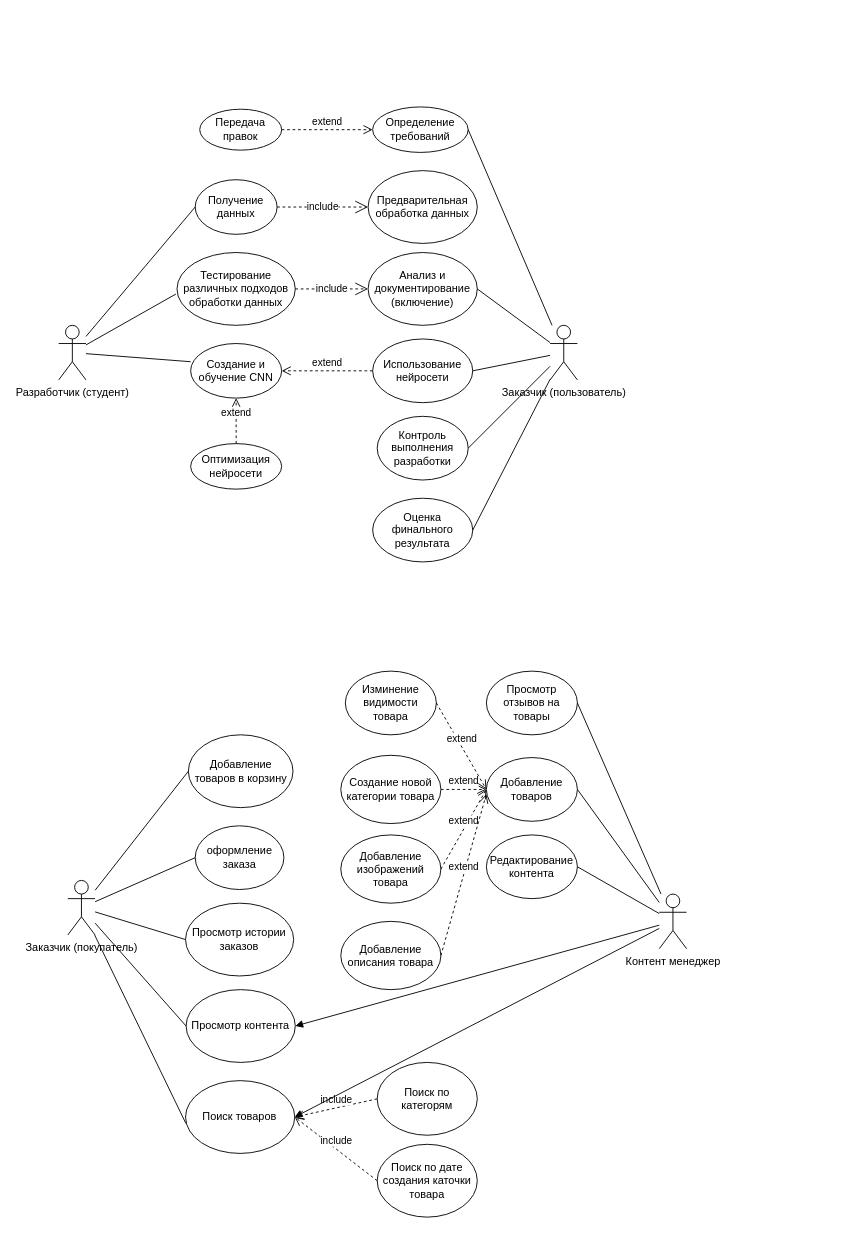
Earlier version of the draw.io diagram Untitled Diagram.drawio (GeekNekoS/Draw_io). Source tidied: cells renumbered, new cells numbered last; positions are measured from the earlier drawing's top-left corner, leaving out a move shared by most shapes. Both pictures are drawn from the tidied source at 91%, with x=0, y=0 at pixel (58, 106).
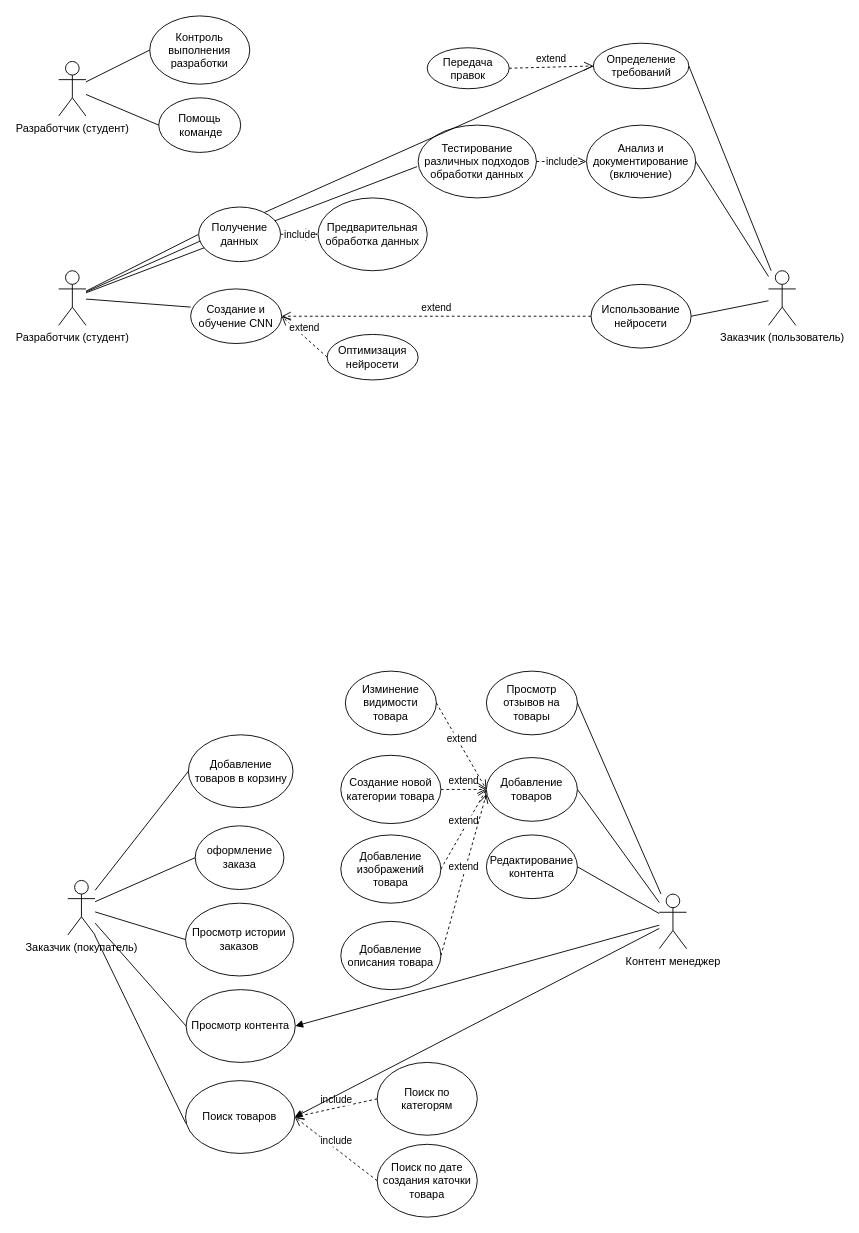
The same page after the edit.

The edit, as a diff of the source:
```diff
@@
     <mxCell id="2" value="&lt;div&gt;Разработчик (студент)&lt;br&gt;&lt;/div&gt;&lt;div&gt;&lt;br&gt;&lt;/div&gt;" style="shape=umlActor;verticalLabelPosition=bottom;verticalAlign=top;html=1;outlineConnect=0;" parent="1" vertex="1">
-      <mxGeometry y="240" width="30" height="60" as="geometry" />
+      <mxGeometry y="180" width="30" height="60" as="geometry" />
     </mxCell>
-    <mxCell id="3" value="&lt;div&gt;Получение данных &lt;br&gt;&lt;/div&gt;" style="ellipse;whiteSpace=wrap;html=1;" parent="1" vertex="1">
-      <mxGeometry x="150" y="80" width="90" height="60" as="geometry" />
-    </mxCell>
     <mxCell id="4" value="&lt;div&gt;Предварительная обработка данных &lt;br&gt;&lt;/div&gt;" style="ellipse;whiteSpace=wrap;html=1;" parent="1" vertex="1">
-      <mxGeometry x="340" y="70" width="120" height="80" as="geometry" />
+      <mxGeometry x="285" y="100" width="120" height="80" as="geometry" />
     </mxCell>
     <mxCell id="5" value="&lt;div&gt;Создание и обучение CNN &lt;br&gt;&lt;/div&gt;" style="ellipse;whiteSpace=wrap;html=1;" parent="1" vertex="1">
-      <mxGeometry x="145" y="260" width="100" height="60" as="geometry" />
+      <mxGeometry x="145" y="200" width="100" height="60" as="geometry" />
     </mxCell>
     <mxCell id="6" value="Оптимизация нейросети" style="ellipse;whiteSpace=wrap;html=1;" parent="1" vertex="1">
-      <mxGeometry x="145" y="370" width="100" height="50" as="geometry" />
+      <mxGeometry x="295" y="250" width="100" height="50" as="geometry" />
     </mxCell>
     <mxCell id="7" value="Тестирование различных подходов обработки данных " style="ellipse;whiteSpace=wrap;html=1;" parent="1" vertex="1">
-      <mxGeometry x="130" y="160" width="130" height="80" as="geometry" />
+      <mxGeometry x="395" y="20" width="130" height="80" as="geometry" />
     </mxCell>
     <mxCell id="8" value="Анализ и документирование (включение)" style="ellipse;whiteSpace=wrap;html=1;" parent="1" vertex="1">
-      <mxGeometry x="340" y="160" width="120" height="80" as="geometry" />
+      <mxGeometry x="580" y="20" width="120" height="80" as="geometry" />
     </mxCell>
     <mxCell id="9" value="&lt;div&gt;Заказчик (пользователь)&lt;/div&gt;" style="shape=umlActor;verticalLabelPosition=bottom;verticalAlign=top;html=1;outlineConnect=0;" parent="1" vertex="1">
-      <mxGeometry x="540" y="240" width="30" height="60" as="geometry" />
+      <mxGeometry x="780" y="180" width="30" height="60" as="geometry" />
     </mxCell>
     <mxCell id="10" value="Определение требований" style="ellipse;whiteSpace=wrap;html=1;" parent="1" vertex="1">
-      <mxGeometry x="345" width="105" height="50" as="geometry" />
+      <mxGeometry x="587.5" y="-70" width="105" height="50" as="geometry" />
     </mxCell>
     <mxCell id="11" value="Передача правок " style="ellipse;whiteSpace=wrap;html=1;" parent="1" vertex="1">
-      <mxGeometry x="155" y="2.5" width="90" height="45" as="geometry" />
+      <mxGeometry x="405" y="-65" width="90" height="45" as="geometry" />
     </mxCell>
-    <mxCell id="12" value="Контроль выполнения разработки" style="ellipse;whiteSpace=wrap;html=1;" parent="1" vertex="1">
-      <mxGeometry x="350" y="340" width="100" height="70" as="geometry" />
-    </mxCell>
-    <mxCell id="13" value="Оценка финального результата" style="ellipse;whiteSpace=wrap;html=1;" parent="1" vertex="1">
-      <mxGeometry x="345" y="430" width="110" height="70" as="geometry" />
-    </mxCell>
     <mxCell id="14" value="Использование нейросети" style="ellipse;whiteSpace=wrap;html=1;" parent="1" vertex="1">
-      <mxGeometry x="345" y="255" width="110" height="70" as="geometry" />
+      <mxGeometry x="585" y="195" width="110" height="70" as="geometry" />
     </mxCell>
@@
-    <mxCell id="19" value="extend" style="html=1;verticalAlign=bottom;endArrow=open;dashed=1;endSize=8;curved=0;rounded=0;entryX=0.5;entryY=1;entryDx=0;entryDy=0;exitX=0.5;exitY=0;exitDx=0;exitDy=0;" parent="1" edge="1" source="6" target="5">
+    <mxCell id="19" value="extend" style="html=1;verticalAlign=bottom;endArrow=open;dashed=1;endSize=8;curved=0;rounded=0;exitX=0;exitY=0.5;exitDx=0;exitDy=0;entryX=1;entryY=0.5;entryDx=0;entryDy=0;" parent="1" edge="1" source="6" target="5">
       <mxGeometry relative="1" as="geometry" />
     </mxCell>
@@
-    <mxCell id="22" style="endArrow=none;html=1;rounded=0;exitX=1;exitY=0.5;exitDx=0;exitDy=0;" parent="1" edge="1" source="12" target="9">
-      <mxGeometry relative="1" as="geometry" />
-    </mxCell>
@@
-    <mxCell id="26" style="endArrow=none;html=1;rounded=0;exitX=1;exitY=0.5;exitDx=0;exitDy=0;" parent="1" edge="1" source="13" target="9">
-      <mxGeometry relative="1" as="geometry" />
-    </mxCell>
@@
+    <mxCell id="60" style="endArrow=none;html=1;rounded=0;entryX=0;entryY=0.5;entryDx=0;entryDy=0;" parent="1" edge="1" source="2" target="10">
+      <mxGeometry relative="1" as="geometry" />
+    </mxCell>
+    <mxCell id="3" value="&lt;div&gt;Получение данных &lt;br&gt;&lt;/div&gt;" style="ellipse;whiteSpace=wrap;html=1;" parent="1" vertex="1">
+      <mxGeometry x="153.8" y="110" width="90" height="60" as="geometry" />
+    </mxCell>
+    <mxCell id="61" value="&lt;div&gt;Разработчик (студент)&lt;br&gt;&lt;/div&gt;&lt;div&gt;&lt;br&gt;&lt;/div&gt;" style="shape=umlActor;verticalLabelPosition=bottom;verticalAlign=top;html=1;outlineConnect=0;" parent="1" vertex="1">
+      <mxGeometry y="-50" width="30" height="60" as="geometry" />
+    </mxCell>
+    <mxCell id="12" value="Контроль выполнения разработки" style="ellipse;whiteSpace=wrap;html=1;" parent="1" vertex="1">
+      <mxGeometry x="100" y="-100" width="110" height="75" as="geometry" />
+    </mxCell>
+    <mxCell id="62" value="&lt;div&gt;Помощь&lt;/div&gt;&lt;div&gt;&amp;nbsp;команде&lt;/div&gt;" style="ellipse;whiteSpace=wrap;html=1;" parent="1" vertex="1">
+      <mxGeometry x="110" y="-10" width="90" height="60" as="geometry" />
+    </mxCell>
+    <mxCell id="63" style="endArrow=none;html=1;rounded=0;entryX=0;entryY=0.5;entryDx=0;entryDy=0;" parent="1" edge="1" source="61" target="12">
+      <mxGeometry relative="1" as="geometry" />
+    </mxCell>
+    <mxCell id="64" style="endArrow=none;html=1;rounded=0;entryX=0;entryY=0.5;entryDx=0;entryDy=0;" parent="1" edge="1" source="61" target="62">
+      <mxGeometry relative="1" as="geometry" />
+    </mxCell>
```
